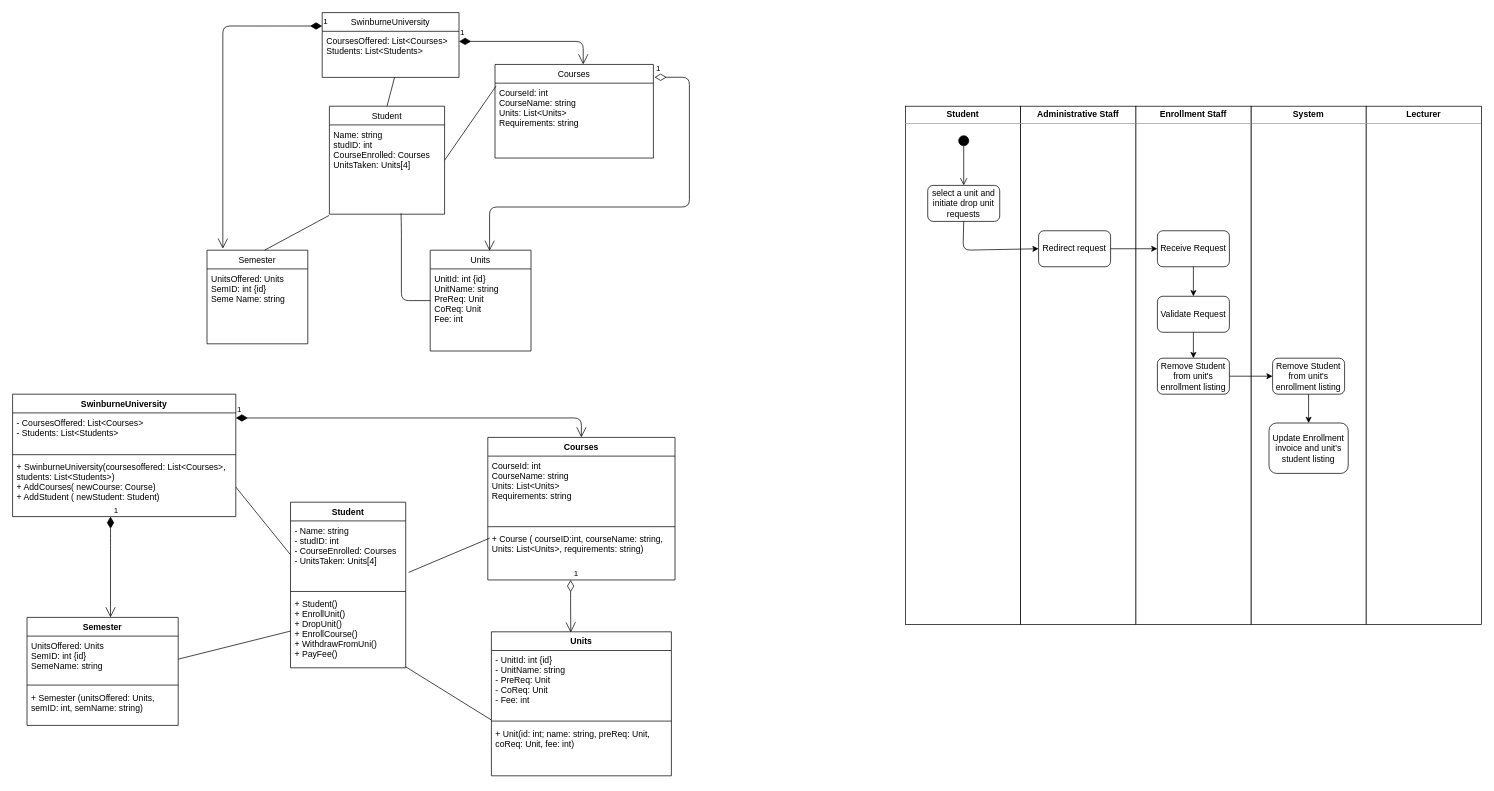
Above: CreditTaskDP1.drawio in LastMinuteBanter/DistinctionTaskUML (draw.io), before the change. Source tidied: cells renumbered, new cells numbered last; positions are measured from the earlier drawing's top-left corner, leaving out a move shared by most shapes. Both pictures are drawn from the tidied source at 72%, with x=0, y=0 at pixel (12, 12).
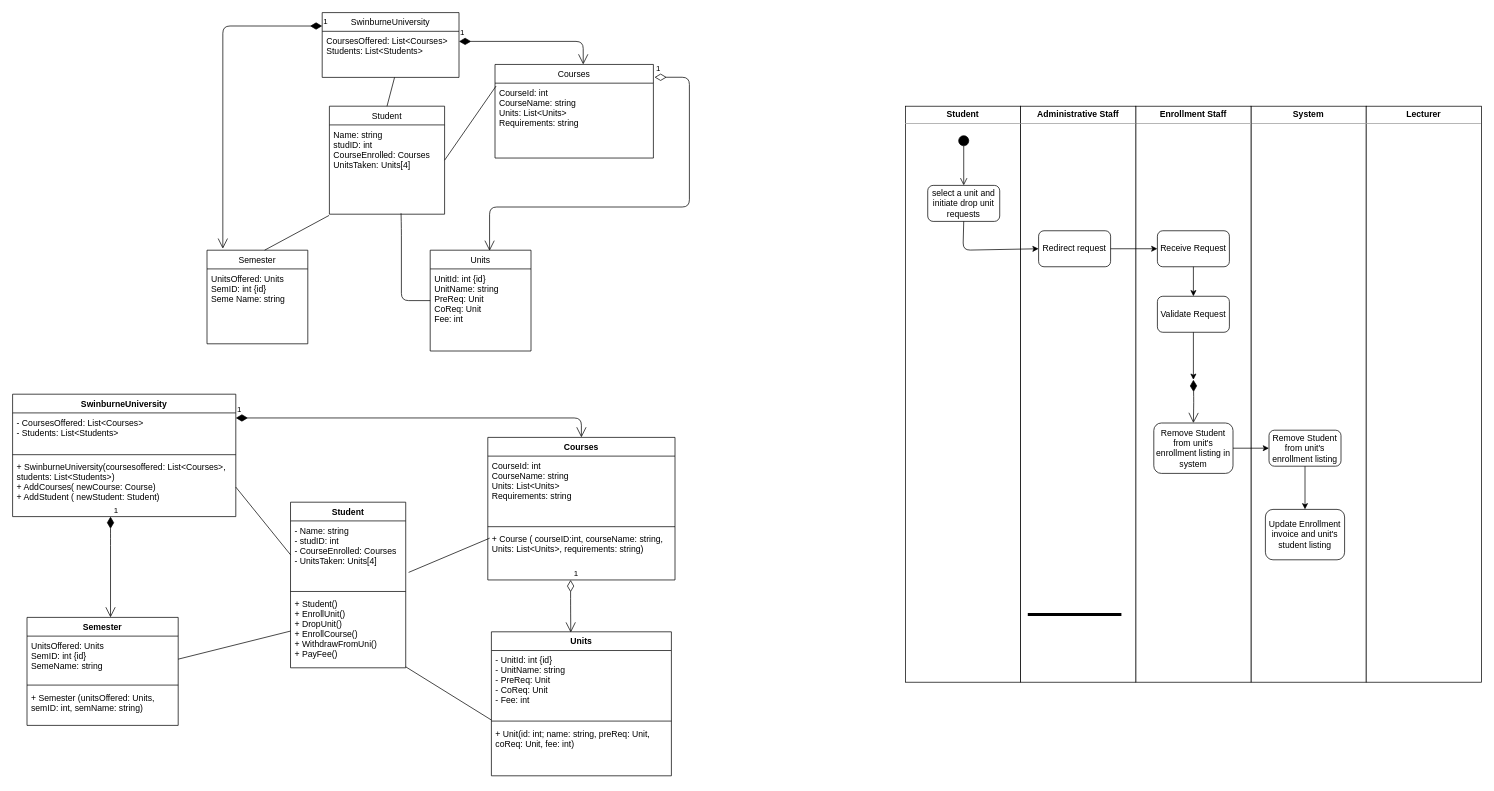
The same page after the edit.

Unchanged cells that the change refers to:
```xml
<mxCell id="55" value="Validate Request" style="rounded=1;whiteSpace=wrap;html=1;" parent="1" vertex="1">
  <mxGeometry x="1590" y="394" width="100" height="50" as="geometry" />
</mxCell>
```

The edit, as a diff of the source:
```diff
@@
     <mxCell id="2" value="&lt;p style=&quot;margin: 0px ; margin-top: 4px ; text-align: center&quot;&gt;&lt;b&gt;System&lt;/b&gt;&lt;br&gt;&lt;/p&gt;&lt;hr size=&quot;1&quot;&gt;&lt;div style=&quot;height: 2px&quot;&gt;&lt;/div&gt;" style="verticalAlign=top;align=left;overflow=fill;fontSize=12;fontFamily=Helvetica;html=1;" parent="1" vertex="1">
-      <mxGeometry x="1720" y="130" width="160" height="720" as="geometry" />
+      <mxGeometry x="1720" y="130" width="160" height="800" as="geometry" />
     </mxCell>
     <mxCell id="3" value="&lt;p style=&quot;margin: 0px ; margin-top: 4px ; text-align: center&quot;&gt;&lt;b&gt;Enrollment Staff&lt;/b&gt;&lt;/p&gt;&lt;hr size=&quot;1&quot;&gt;&lt;div style=&quot;height: 2px&quot;&gt;&lt;/div&gt;" style="verticalAlign=top;align=left;overflow=fill;fontSize=12;fontFamily=Helvetica;html=1;" parent="1" vertex="1">
-      <mxGeometry x="1560" y="130" width="160" height="720" as="geometry" />
+      <mxGeometry x="1560" y="130" width="160" height="800" as="geometry" />
     </mxCell>
     <mxCell id="4" value="&lt;p style=&quot;margin: 0px ; margin-top: 4px ; text-align: center&quot;&gt;&lt;b&gt;Student&lt;/b&gt;&lt;br&gt;&lt;/p&gt;&lt;hr size=&quot;1&quot;&gt;&lt;div style=&quot;height: 2px&quot;&gt;&lt;/div&gt;" style="verticalAlign=top;align=left;overflow=fill;fontSize=12;fontFamily=Helvetica;html=1;" parent="1" vertex="1">
-      <mxGeometry x="1240" y="130" width="160" height="720" as="geometry" />
+      <mxGeometry x="1240" y="130" width="160" height="800" as="geometry" />
     </mxCell>
     <mxCell id="5" value="&lt;p style=&quot;margin: 0px ; margin-top: 4px ; text-align: center&quot;&gt;&lt;b&gt;Administrative Staff&lt;/b&gt;&lt;/p&gt;&lt;hr size=&quot;1&quot;&gt;&lt;div style=&quot;height: 2px&quot;&gt;&lt;/div&gt;" style="verticalAlign=top;align=left;overflow=fill;fontSize=12;fontFamily=Helvetica;html=1;" parent="1" vertex="1">
-      <mxGeometry x="1400" y="130" width="160" height="720" as="geometry" />
+      <mxGeometry x="1400" y="130" width="160" height="800" as="geometry" />
     </mxCell>
@@
     <mxCell id="56" value="&lt;p style=&quot;margin: 0px ; margin-top: 4px ; text-align: center&quot;&gt;&lt;b&gt;Lecturer&lt;/b&gt;&lt;/p&gt;&lt;hr size=&quot;1&quot;&gt;&lt;div style=&quot;height: 2px&quot;&gt;&lt;/div&gt;" style="verticalAlign=top;align=left;overflow=fill;fontSize=12;fontFamily=Helvetica;html=1;" parent="1" vertex="1">
-      <mxGeometry x="1880" y="130" width="160" height="720" as="geometry" />
+      <mxGeometry x="1880" y="130" width="160" height="800" as="geometry" />
     </mxCell>
-    <mxCell id="57" value="Remove Student from unit's enrollment listing" style="rounded=1;whiteSpace=wrap;html=1;" parent="1" vertex="1">
-      <mxGeometry x="1590" y="480" width="100" height="50" as="geometry" />
+    <mxCell id="57" value="Remove Student from unit's enrollment listing in system" style="rounded=1;whiteSpace=wrap;html=1;" parent="1" vertex="1">
+      <mxGeometry x="1585" y="570" width="110" height="70" as="geometry" />
     </mxCell>
     <mxCell id="58" value="Remove Student from unit's enrollment listing" style="rounded=1;whiteSpace=wrap;html=1;" parent="1" vertex="1">
-      <mxGeometry x="1750" y="480" width="100" height="50" as="geometry" />
+      <mxGeometry x="1745" y="580" width="100" height="50" as="geometry" />
     </mxCell>
     <mxCell id="59" value="Update Enrollment invoice and unit's student listing " style="rounded=1;whiteSpace=wrap;html=1;" parent="1" vertex="1">
-      <mxGeometry x="1745" y="570" width="110" height="70" as="geometry" />
+      <mxGeometry x="1740" y="690" width="110" height="70" as="geometry" />
     </mxCell>
@@
-    <mxCell id="62" style="endArrow=classic;html=1;exitX=0.5;exitY=1;exitDx=0;exitDy=0;" parent="1" edge="1" source="55" target="57">
-      <mxGeometry relative="1" as="geometry" />
-    </mxCell>
@@
+    <mxCell id="65" style="endArrow=open;html=1;endSize=12;startArrow=diamondThin;startSize=14;startFill=1;edgeStyle=orthogonalEdgeStyle;align=left;verticalAlign=bottom;entryX=0.5;entryY=0;entryDx=0;entryDy=0;" parent="1" edge="1" target="57">
+      <mxGeometry x="-1" y="14" relative="1" as="geometry">
+        <mxPoint x="1640" y="510" as="sourcePoint" />
+        <mxPoint x="-4" y="-10" as="offset" />
+      </mxGeometry>
+    </mxCell>
+    <mxCell id="66" style="endArrow=classic;html=1;exitX=0.5;exitY=1;exitDx=0;exitDy=0;" parent="1" edge="1" source="55">
+      <mxGeometry relative="1" as="geometry">
+        <mxPoint x="1640" y="510" as="targetPoint" />
+      </mxGeometry>
+    </mxCell>
+    <mxCell id="67" style="line;strokeWidth=4;html=1;perimeter=backbonePerimeter;" parent="1" vertex="1">
+      <mxGeometry x="1410" y="831.9" width="130" height="8.1" as="geometry" />
+    </mxCell>
```
